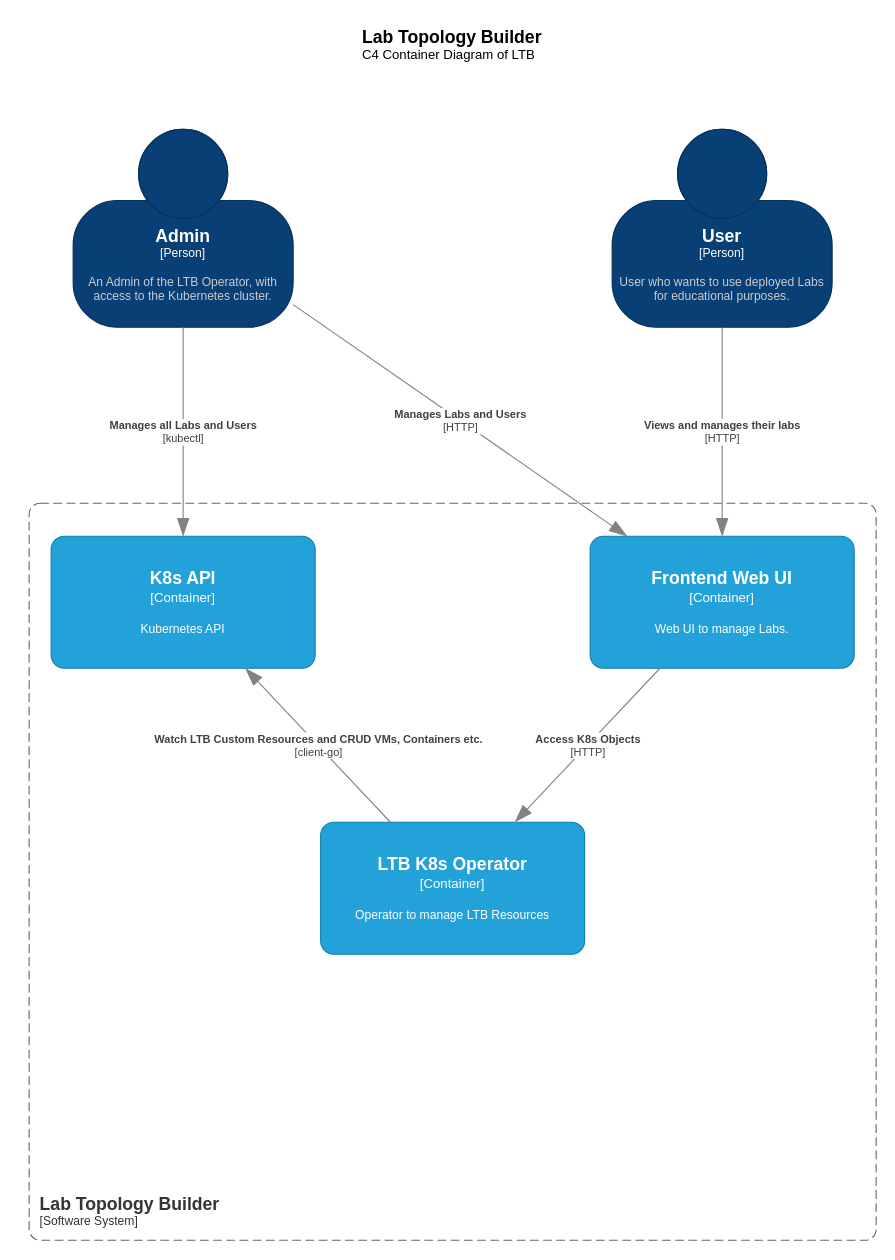
Earlier version of the draw.io diagram page "Container" (2 of 3) of docs/assets/drawings/C4-Model.drawio (Lab-Topology-Builder/LTB-K8s-Backend). Source tidied: cells renumbered, new cells numbered last; positions are measured from the earlier drawing's top-left corner, leaving out a move shared by most shapes. Both pictures are drawn from the tidied source at 110%, with x=0, y=0 at pixel (29, 19).
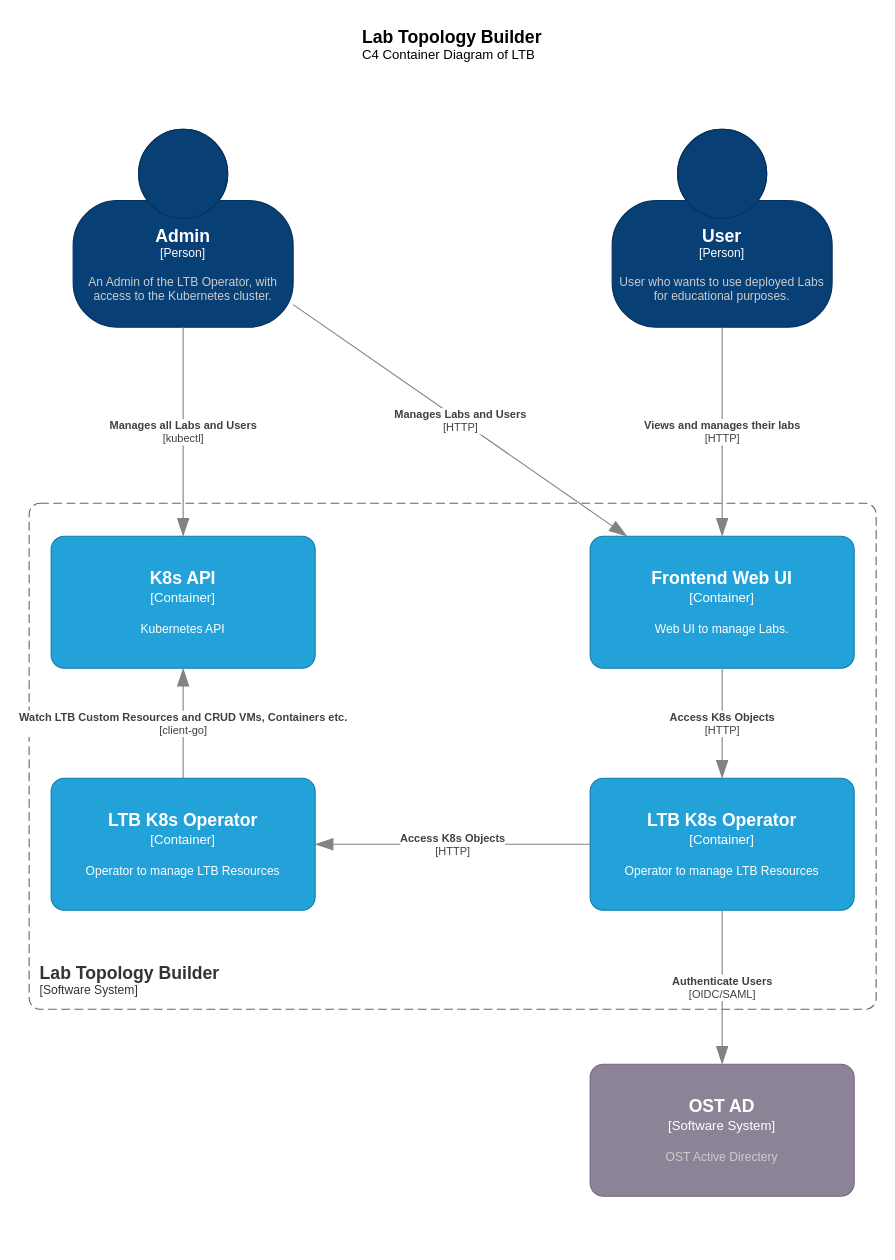
After the change.

Unchanged cells that the change refers to:
```xml
<object id="3" label="&lt;font style=&quot;font-size: 16px&quot;&gt;&lt;b&gt;%c4Name%&lt;/b&gt;&lt;/font&gt;&lt;div&gt;[%c4Type%]&lt;/div&gt;&lt;br&gt;&lt;div&gt;&lt;font style=&quot;font-size: 11px&quot;&gt;&lt;font&gt;%c4Description%&lt;/font&gt;&lt;/font&gt;&lt;/div&gt;" c4Description="Web UI to manage Labs." c4Name="Frontend Web UI" c4Type="Container" placeholders="1">
  <mxCell style="rounded=1;whiteSpace=wrap;html=1;labelBackgroundColor=none;fillColor=#23A2D9;fontColor=#FFFFFF;align=center;arcSize=10;strokeColor=#0E7DAD;points=[[0.25,0,0],[0.5,0,0],[0.75,0,0],[1,0.25,0],[1,0.5,0],[1,0.75,0],[0.75,1,0],[0.5,1,0],[0.25,1,0],[0,0.75,0],[0,0.5,0],[0,0.25,0]];" parent="1" vertex="1">
    <mxGeometry x="510" y="470" width="240" height="120" as="geometry" />
  </mxCell>
</object>
```

What changed in the source:
```diff
@@
     <object id="7" label="&lt;font style=&quot;font-size: 16px&quot;&gt;&lt;b&gt;&lt;div style=&quot;text-align: left&quot;&gt;%c4Name%&lt;/div&gt;&lt;/b&gt;&lt;/font&gt;&lt;div style=&quot;text-align: left&quot;&gt;[%c4Application%]&lt;/div&gt;" c4Application="Software System" c4Name="Lab Topology Builder" placeholders="1">
       <mxCell style="rounded=1;fontSize=11;whiteSpace=wrap;html=1;dashed=1;arcSize=20;fillColor=none;strokeColor=#666666;fontColor=#333333;labelBackgroundColor=none;align=left;verticalAlign=bottom;labelBorderColor=none;spacingTop=0;spacing=10;dashPattern=8 4;perimeter=rectanglePerimeter;noLabel=0;labelPadding=0;absoluteArcSize=1;" parent="1" vertex="1">
-        <mxGeometry y="440" width="770" height="670" as="geometry" />
+        <mxGeometry y="440" width="770" height="460" as="geometry" />
       </mxCell>
     </object>
@@
     <object id="11" label="&lt;font style=&quot;font-size: 16px&quot;&gt;&lt;b&gt;%c4Name%&lt;/b&gt;&lt;/font&gt;&lt;div&gt;[%c4Type%]&lt;/div&gt;&lt;br&gt;&lt;div&gt;&lt;font style=&quot;font-size: 11px&quot;&gt;&lt;font&gt;%c4Description%&lt;/font&gt;&lt;/font&gt;&lt;/div&gt;" c4Description="Operator to manage LTB Resources" c4Name="LTB K8s Operator" c4Type="Container" placeholders="1">
       <mxCell style="rounded=1;whiteSpace=wrap;html=1;labelBackgroundColor=none;fillColor=#23A2D9;fontColor=#FFFFFF;align=center;arcSize=10;strokeColor=#0E7DAD;points=[[0.25,0,0],[0.5,0,0],[0.75,0,0],[1,0.25,0],[1,0.5,0],[1,0.75,0],[0.75,1,0],[0.5,1,0],[0.25,1,0],[0,0.75,0],[0,0.5,0],[0,0.25,0]];" parent="1" vertex="1">
-        <mxGeometry x="265" y="730" width="240" height="120" as="geometry" />
+        <mxGeometry x="20" y="690" width="240" height="120" as="geometry" />
       </mxCell>
     </object>
     <object id="12" label="&lt;div style=&quot;text-align: left&quot;&gt;&lt;div style=&quot;text-align: center&quot;&gt;&lt;b&gt;%c4Description%&lt;/b&gt;&lt;/div&gt;&lt;div style=&quot;text-align: center&quot;&gt;[%c4Technology%]&lt;/div&gt;&lt;/div&gt;" c4Description="Access K8s Objects" c4Technology="HTTP" placeholders="1">
-      <mxCell style="endArrow=blockThin;html=1;fontSize=10;fontColor=#404040;strokeWidth=1;endFill=1;strokeColor=#828282;elbow=vertical;endSize=14;startSize=14;jumpStyle=arc;jumpSize=16;rounded=0;" parent="1" edge="1" source="3" target="11">
+      <mxCell style="endArrow=blockThin;html=1;fontSize=10;fontColor=#404040;strokeWidth=1;endFill=1;strokeColor=#828282;elbow=vertical;endSize=14;startSize=14;jumpStyle=arc;jumpSize=16;rounded=0;" parent="1" edge="1" source="3" target="16">
         <mxGeometry relative="1" as="geometry" />
       </mxCell>
     </object>
@@
+    <object id="14" label="&lt;font style=&quot;font-size: 16px&quot;&gt;&lt;b&gt;%c4Name%&lt;/b&gt;&lt;/font&gt;&lt;div&gt;[%c4Type%]&lt;/div&gt;&lt;br&gt;&lt;div&gt;&lt;font style=&quot;font-size: 11px&quot;&gt;&lt;font color=&quot;#cccccc&quot;&gt;%c4Description%&lt;/font&gt;&lt;/div&gt;" c4Description="OST Active Directery" c4Name="OST AD" c4Type="Software System" placeholders="1">
+      <mxCell style="rounded=1;whiteSpace=wrap;html=1;labelBackgroundColor=none;fillColor=#8C8496;fontColor=#ffffff;align=center;arcSize=10;strokeColor=#736782;points=[[0.25,0,0],[0.5,0,0],[0.75,0,0],[1,0.25,0],[1,0.5,0],[1,0.75,0],[0.75,1,0],[0.5,1,0],[0.25,1,0],[0,0.75,0],[0,0.5,0],[0,0.25,0]];" parent="1" vertex="1">
+        <mxGeometry x="510" y="950" width="240" height="120" as="geometry" />
+      </mxCell>
+    </object>
+    <object id="15" label="&lt;div style=&quot;text-align: left&quot;&gt;&lt;div style=&quot;text-align: center&quot;&gt;&lt;b&gt;%c4Description%&lt;/b&gt;&lt;/div&gt;&lt;div style=&quot;text-align: center&quot;&gt;[%c4Technology%]&lt;/div&gt;&lt;/div&gt;" c4Description="Authenticate Users" c4Technology="OIDC/SAML" placeholders="1">
+      <mxCell style="endArrow=blockThin;html=1;fontSize=10;fontColor=#404040;strokeWidth=1;endFill=1;strokeColor=#828282;elbow=vertical;endSize=14;startSize=14;jumpStyle=arc;jumpSize=16;rounded=0;" parent="1" edge="1" source="16" target="14">
+        <mxGeometry relative="1" as="geometry" />
+      </mxCell>
+    </object>
+    <object id="16" label="&lt;font style=&quot;font-size: 16px&quot;&gt;&lt;b&gt;%c4Name%&lt;/b&gt;&lt;/font&gt;&lt;div&gt;[%c4Type%]&lt;/div&gt;&lt;br&gt;&lt;div&gt;&lt;font style=&quot;font-size: 11px&quot;&gt;&lt;font&gt;%c4Description%&lt;/font&gt;&lt;/font&gt;&lt;/div&gt;" c4Description="Operator to manage LTB Resources" c4Name="LTB K8s Operator" c4Type="Container" placeholders="1">
+      <mxCell style="rounded=1;whiteSpace=wrap;html=1;labelBackgroundColor=none;fillColor=#23A2D9;fontColor=#FFFFFF;align=center;arcSize=10;strokeColor=#0E7DAD;points=[[0.25,0,0],[0.5,0,0],[0.75,0,0],[1,0.25,0],[1,0.5,0],[1,0.75,0],[0.75,1,0],[0.5,1,0],[0.25,1,0],[0,0.75,0],[0,0.5,0],[0,0.25,0]];" parent="1" vertex="1">
+        <mxGeometry x="510" y="690" width="240" height="120" as="geometry" />
+      </mxCell>
+    </object>
+    <object id="17" label="&lt;div style=&quot;text-align: left&quot;&gt;&lt;div style=&quot;text-align: center&quot;&gt;&lt;b&gt;%c4Description%&lt;/b&gt;&lt;/div&gt;&lt;div style=&quot;text-align: center&quot;&gt;[%c4Technology%]&lt;/div&gt;&lt;/div&gt;" c4Description="Access K8s Objects" c4Technology="HTTP" placeholders="1">
+      <mxCell style="endArrow=blockThin;html=1;fontSize=10;fontColor=#404040;strokeWidth=1;endFill=1;strokeColor=#828282;elbow=vertical;endSize=14;startSize=14;jumpStyle=arc;jumpSize=16;rounded=0;" parent="1" edge="1" source="16" target="11">
+        <mxGeometry relative="1" as="geometry" />
+      </mxCell>
+    </object>
```
